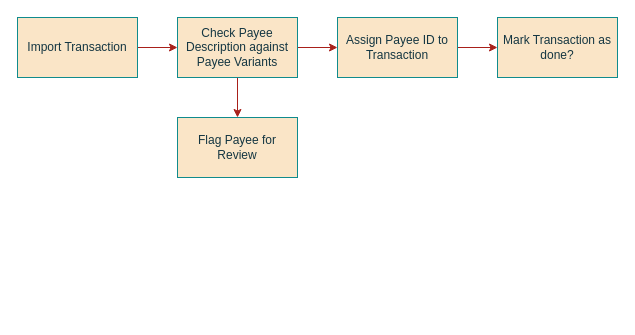
Above: page "Page-1" (1 of 2) of architecture/import_architecture.drawio in axjasf/PersonalFinanceCategorizer_WebApp (draw.io), before the change. Source tidied: cells renumbered, new cells numbered last; positions are measured from the earlier drawing's top-left corner, leaving out a move shared by most shapes. Both pictures are drawn from the tidied source at 100%, with x=0, y=0 at pixel (17, 17).
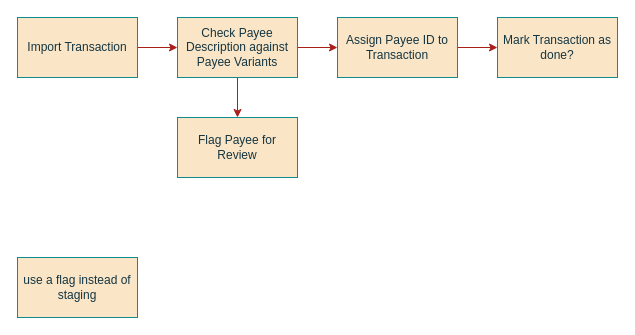
Above is the later version.

What changed in the source:
```diff
@@
 <mxGraphModel>
   <root>
     <mxCell id="0" />
     <mxCell id="1" parent="0" />
     <mxCell id="2" style="edgeStyle=orthogonalEdgeStyle;rounded=0;jettySize=auto;html=1;labelBackgroundColor=none;fontColor=default;strokeColor=#A8201A;" parent="1" edge="1" source="3" target="6">
       <mxGeometry relative="1" as="geometry" />
     </mxCell>
     <mxCell id="3" value="Import Transaction" style="rounded=0;whiteSpace=wrap;html=1;labelBackgroundColor=none;fillColor=#FAE5C7;strokeColor=#0F8B8D;fontColor=#143642;" parent="1" vertex="1">
       <mxGeometry width="120" height="60" as="geometry" />
     </mxCell>
     <mxCell id="4" style="edgeStyle=orthogonalEdgeStyle;rounded=0;jettySize=auto;html=1;exitX=0.5;exitY=1;exitDx=0;exitDy=0;labelBackgroundColor=none;fontColor=default;strokeColor=#A8201A;" parent="1" edge="1" source="6" target="8">
       <mxGeometry relative="1" as="geometry" />
     </mxCell>
     <mxCell id="5" style="edgeStyle=orthogonalEdgeStyle;rounded=0;jettySize=auto;html=1;exitX=1;exitY=0.5;exitDx=0;exitDy=0;labelBackgroundColor=none;fontColor=default;strokeColor=#A8201A;" parent="1" edge="1" source="6" target="10">
       <mxGeometry relative="1" as="geometry" />
     </mxCell>
     <mxCell id="6" value="Check Payee Description against Payee Variants" style="rounded=0;whiteSpace=wrap;html=1;labelBackgroundColor=none;fillColor=#FAE5C7;strokeColor=#0F8B8D;fontColor=#143642;" parent="1" vertex="1">
       <mxGeometry x="160" width="120" height="60" as="geometry" />
     </mxCell>
     <mxCell id="7" style="edgeStyle=orthogonalEdgeStyle;rounded=0;jettySize=auto;html=1;labelBackgroundColor=none;fontColor=default;strokeColor=#A8201A;" parent="1" edge="1" source="10" target="9">
       <mxGeometry relative="1" as="geometry" />
     </mxCell>
     <mxCell id="8" value="Flag Payee for Review" style="rounded=0;whiteSpace=wrap;html=1;labelBackgroundColor=none;fillColor=#FAE5C7;strokeColor=#0F8B8D;fontColor=#143642;" parent="1" vertex="1">
       <mxGeometry x="160" y="100" width="120" height="60" as="geometry" />
     </mxCell>
     <mxCell id="9" value="Mark Transaction as done?" style="rounded=0;whiteSpace=wrap;html=1;labelBackgroundColor=none;fillColor=#FAE5C7;strokeColor=#0F8B8D;fontColor=#143642;" parent="1" vertex="1">
       <mxGeometry x="480" width="120" height="60" as="geometry" />
     </mxCell>
     <mxCell id="10" value="Assign Payee ID to Transaction" style="rounded=0;whiteSpace=wrap;html=1;labelBackgroundColor=none;fillColor=#FAE5C7;strokeColor=#0F8B8D;fontColor=#143642;" parent="1" vertex="1">
       <mxGeometry x="320" width="120" height="60" as="geometry" />
     </mxCell>
+    <mxCell id="11" value="use a flag instead of staging" style="rounded=0;whiteSpace=wrap;html=1;labelBackgroundColor=none;fillColor=#FAE5C7;strokeColor=#0F8B8D;fontColor=#143642;" parent="1" vertex="1">
+      <mxGeometry y="240" width="120" height="60" as="geometry" />
+    </mxCell>
   </root>
 </mxGraphModel>
```
